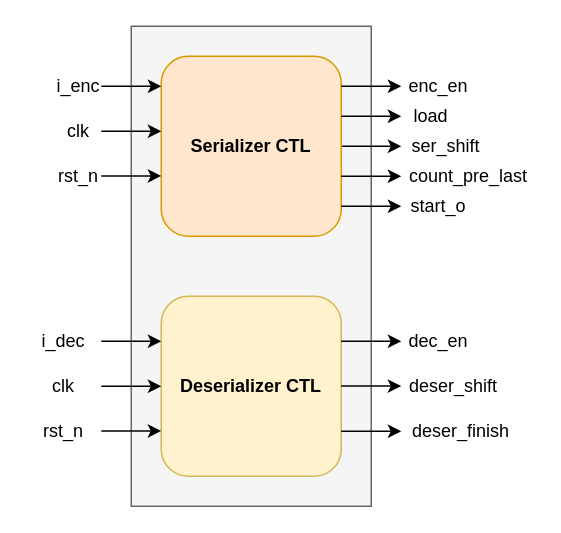
Earlier version of the draw.io diagram page "CTL" (4 of 6) of Quad-lane Full duplex Serializer_Deserializer(SerDes).drawio (106210049/SerDes-PHY). Source tidied: cells renumbered, new cells numbered last; positions are measured from the earlier drawing's top-left corner, leaving out a move shared by most shapes. Both pictures are drawn from the tidied source at 150%, with x=0, y=0 at pixel (26, 26).
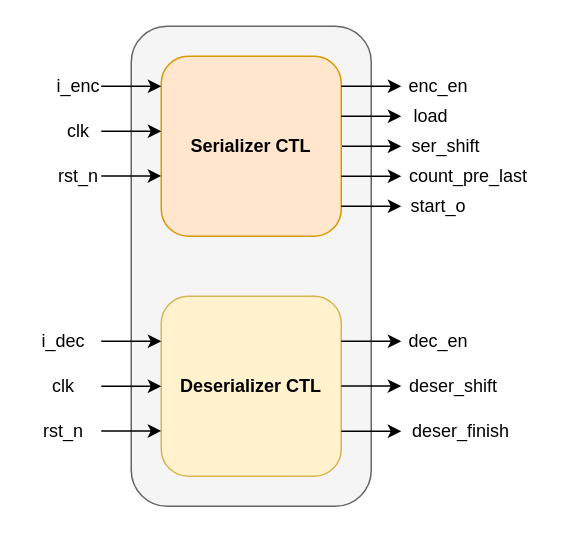
After the change.

Diff of the diagram source:
```diff
@@
-    <mxCell id="2" style="rounded=0;whiteSpace=wrap;html=1;fillColor=#f5f5f5;fontColor=#333333;strokeColor=#666666;fontStyle=1;" parent="1" vertex="1">
-      <mxGeometry x="70" width="160" height="320" as="geometry" />
-    </mxCell>
+    <mxCell id="33" style="rounded=1;whiteSpace=wrap;html=1;fillColor=#f5f5f5;fontColor=#333333;strokeColor=#666666;" parent="1" vertex="1">
+      <mxGeometry x="70" width="160" height="320" as="geometry" />
+    </mxCell>
```
